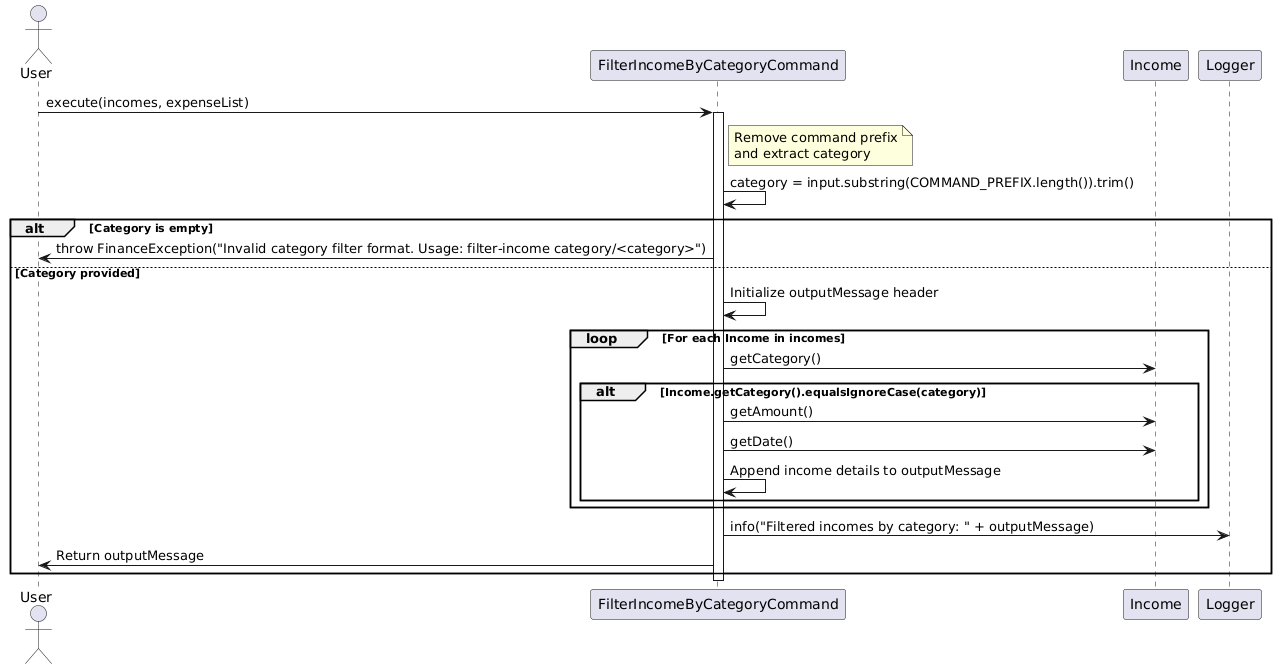
Above: docs/diagrams/FilterIncomeByCategoryCommandSequence.png in thienkimtranhoang/tp (PlantUML), before the change. The source it was exported from:
```plantuml
@startuml
actor User
participant "FilterIncomeByCategoryCommand" as Command
participant "Income" as Income
participant "Logger" as Logger

User -> Command: execute(incomes, expenseList)
activate Command
note right of Command: Remove command prefix\nand extract category
Command -> Command: category = input.substring(COMMAND_PREFIX.length()).trim()
alt Category is empty
    Command -> User: throw FinanceException("Invalid category filter format. Usage: filter-income category/<category>")
else Category provided
    Command -> Command: Initialize outputMessage header
    loop For each Income in incomes
        Command -> Income: getCategory()
        alt Income.getCategory().equalsIgnoreCase(category)
            Command -> Income: getAmount()
            Command -> Income: getDate()
            Command -> Command: Append income details to outputMessage
        end
    end
    Command -> Logger: info("Filtered incomes by category: " + outputMessage)
    Command -> User: Return outputMessage
end
deactivate Command
@enduml
```
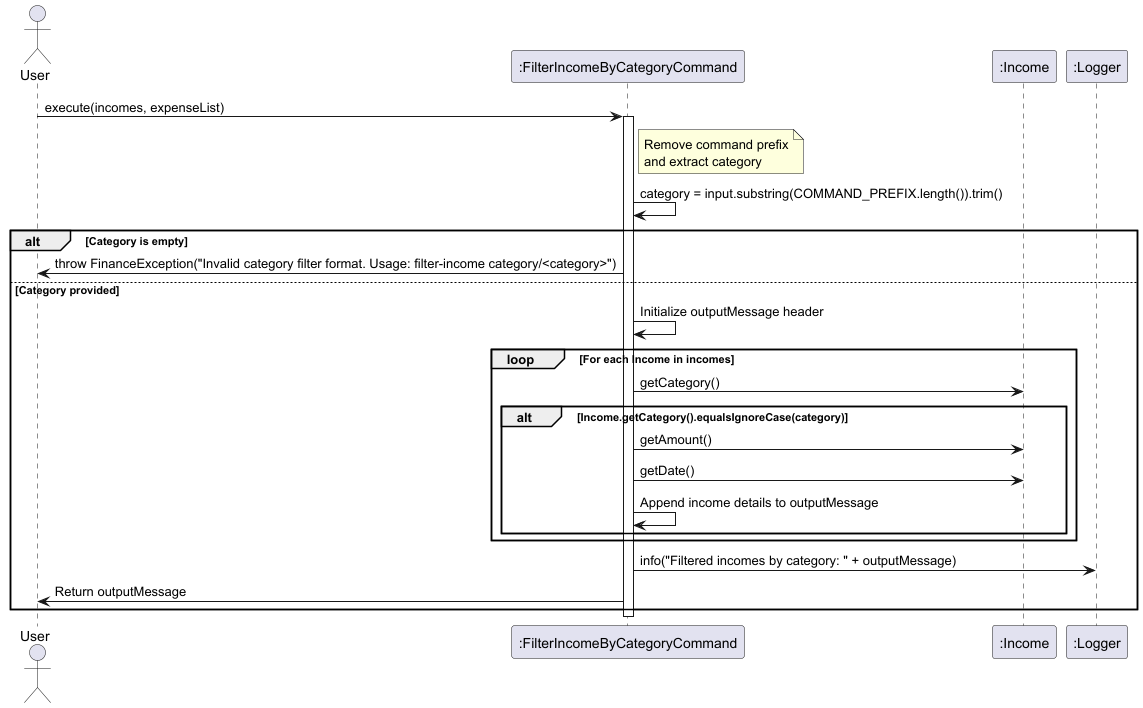
Above is the later version.

Diff of the diagram source:
```diff
@@ -1,8 +1,8 @@
 @startuml
 actor User
-participant "FilterIncomeByCategoryCommand" as Command
-participant "Income" as Income
-participant "Logger" as Logger
+participant ":FilterIncomeByCategoryCommand" as Command
+participant ":Income" as Income
+participant ":Logger" as Logger
 
 User -> Command: execute(incomes, expenseList)
 activate Command
```
